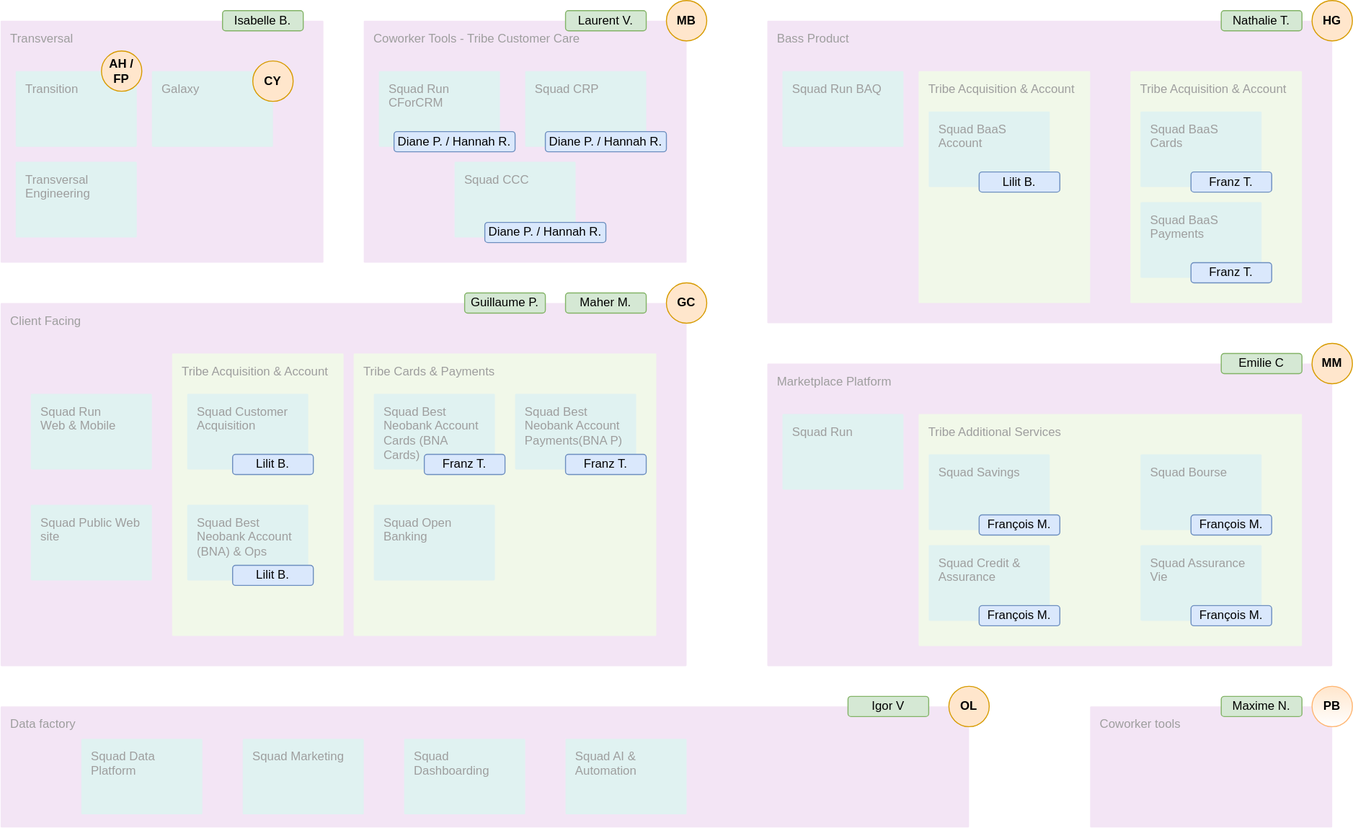
Before: orga_domains.drawio.svg, a diagram exported from draw.io (chaindatax/b4b). Source tidied: cells renumbered, new cells last; positions are measured from the earlier drawing's top-left corner, leaving out a move shared by most shapes.
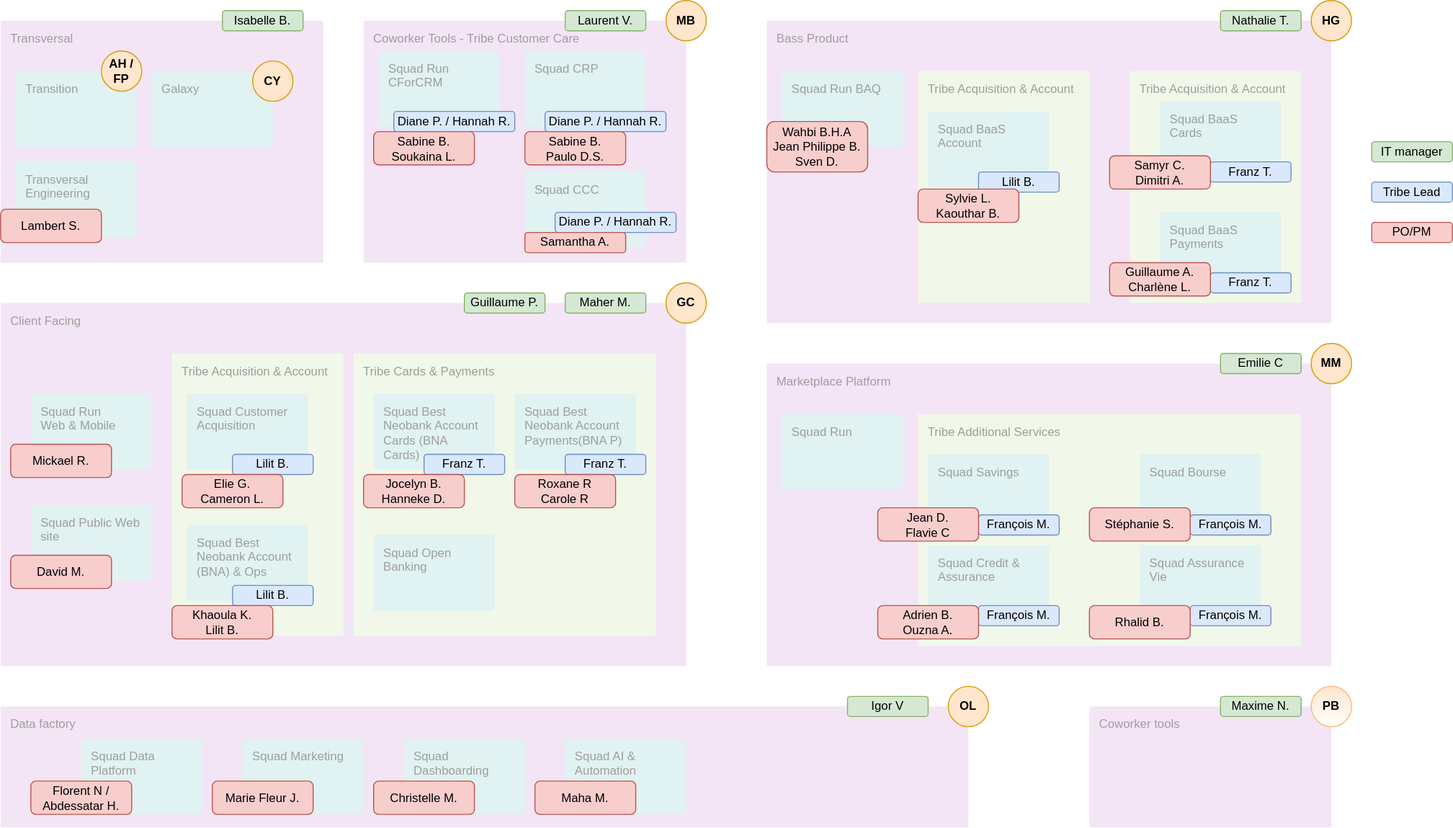
After the change.

Commit message:
Mettre à jour orga_domains.drawio.svg

Change to the diagram source:
```diff
@@ -27,7 +27,7 @@
       <mxGeometry x="185" y="390" width="120" height="75" as="geometry" />
     </mxCell>
     <mxCell id="10" value="Squad Best Neobank Account (BNA) &amp;amp; Ops" style="sketch=0;rounded=1;absoluteArcSize=1;arcSize=2;html=1;strokeColor=none;gradientColor=none;shadow=0;dashed=0;fontSize=12;fontColor=#9E9E9E;align=left;verticalAlign=top;spacing=10;spacingTop=-4;whiteSpace=wrap;fillColor=#E0F2F1;" parent="1" vertex="1">
-      <mxGeometry x="185" y="500" width="120" height="75" as="geometry" />
+      <mxGeometry x="185" y="520" width="120" height="75" as="geometry" />
     </mxCell>
     <mxCell id="11" value="Squad Best Neobank Account Cards (BNA Cards)" style="sketch=0;rounded=1;absoluteArcSize=1;arcSize=2;html=1;strokeColor=none;gradientColor=none;shadow=0;dashed=0;fontSize=12;fontColor=#9E9E9E;align=left;verticalAlign=top;spacing=10;spacingTop=-4;whiteSpace=wrap;fillColor=#E0F2F1;" parent="1" vertex="1">
       <mxGeometry x="370" y="390" width="120" height="75" as="geometry" />
@@ -36,7 +36,7 @@
       <mxGeometry x="510" y="390" width="120" height="75" as="geometry" />
     </mxCell>
     <mxCell id="13" value="Squad Open Banking" style="sketch=0;rounded=1;absoluteArcSize=1;arcSize=2;html=1;strokeColor=none;gradientColor=none;shadow=0;dashed=0;fontSize=12;fontColor=#9E9E9E;align=left;verticalAlign=top;spacing=10;spacingTop=-4;whiteSpace=wrap;fillColor=#E0F2F1;" parent="1" vertex="1">
-      <mxGeometry x="370" y="500" width="120" height="75" as="geometry" />
+      <mxGeometry x="370" y="530" width="120" height="75" as="geometry" />
     </mxCell>
     <mxCell id="14" value="Squad Run &lt;br&gt;Web &amp;amp; Mobile" style="sketch=0;rounded=1;absoluteArcSize=1;arcSize=2;html=1;strokeColor=none;gradientColor=none;shadow=0;dashed=0;fontSize=12;fontColor=#9E9E9E;align=left;verticalAlign=top;spacing=10;spacingTop=-4;whiteSpace=wrap;fillColor=#E0F2F1;" parent="1" vertex="1">
       <mxGeometry x="30" y="390" width="120" height="75" as="geometry" />
@@ -48,13 +48,13 @@
       <mxGeometry x="360" y="20" width="320" height="240" as="geometry" />
     </mxCell>
     <mxCell id="17" value="Squad Run CForCRM" style="sketch=0;rounded=1;absoluteArcSize=1;arcSize=2;html=1;strokeColor=none;gradientColor=none;shadow=0;dashed=0;fontSize=12;fontColor=#9E9E9E;align=left;verticalAlign=top;spacing=10;spacingTop=-4;whiteSpace=wrap;fillColor=#E0F2F1;" parent="1" vertex="1">
-      <mxGeometry x="375" y="70" width="120" height="75" as="geometry" />
+      <mxGeometry x="375" y="50" width="120" height="75" as="geometry" />
     </mxCell>
     <mxCell id="18" value="Squad CRP" style="sketch=0;rounded=1;absoluteArcSize=1;arcSize=2;html=1;strokeColor=none;gradientColor=none;shadow=0;dashed=0;fontSize=12;fontColor=#9E9E9E;align=left;verticalAlign=top;spacing=10;spacingTop=-4;whiteSpace=wrap;fillColor=#E0F2F1;" parent="1" vertex="1">
-      <mxGeometry x="520" y="70" width="120" height="75" as="geometry" />
+      <mxGeometry x="520" y="50" width="120" height="75" as="geometry" />
     </mxCell>
     <mxCell id="19" value="Squad CCC" style="sketch=0;rounded=1;absoluteArcSize=1;arcSize=2;html=1;strokeColor=none;gradientColor=none;shadow=0;dashed=0;fontSize=12;fontColor=#9E9E9E;align=left;verticalAlign=top;spacing=10;spacingTop=-4;whiteSpace=wrap;fillColor=#E0F2F1;" parent="1" vertex="1">
-      <mxGeometry x="450" y="160" width="120" height="75" as="geometry" />
+      <mxGeometry x="520" y="170" width="120" height="75" as="geometry" />
     </mxCell>
     <mxCell id="20" value="Bass Product" style="sketch=0;rounded=1;absoluteArcSize=1;arcSize=2;html=1;strokeColor=none;gradientColor=none;shadow=0;dashed=0;fontSize=12;fontColor=#9E9E9E;align=left;verticalAlign=top;spacing=10;spacingTop=-4;whiteSpace=wrap;fillColor=#F3E5F5;" parent="1" vertex="1">
       <mxGeometry x="760" y="20" width="560" height="300" as="geometry" />
@@ -72,10 +72,10 @@
       <mxGeometry x="1120" y="70" width="170" height="230" as="geometry" />
     </mxCell>
     <mxCell id="25" value="Squad BaaS Cards" style="sketch=0;rounded=1;absoluteArcSize=1;arcSize=2;html=1;strokeColor=none;gradientColor=none;shadow=0;dashed=0;fontSize=12;fontColor=#9E9E9E;align=left;verticalAlign=top;spacing=10;spacingTop=-4;whiteSpace=wrap;fillColor=#E0F2F1;" parent="1" vertex="1">
-      <mxGeometry x="1130" y="110" width="120" height="75" as="geometry" />
+      <mxGeometry x="1150" y="100" width="120" height="75" as="geometry" />
     </mxCell>
     <mxCell id="26" value="Squad BaaS Payments" style="sketch=0;rounded=1;absoluteArcSize=1;arcSize=2;html=1;strokeColor=none;gradientColor=none;shadow=0;dashed=0;fontSize=12;fontColor=#9E9E9E;align=left;verticalAlign=top;spacing=10;spacingTop=-4;whiteSpace=wrap;fillColor=#E0F2F1;" parent="1" vertex="1">
-      <mxGeometry x="1130" y="200" width="120" height="75" as="geometry" />
+      <mxGeometry x="1150" y="210" width="120" height="75" as="geometry" />
     </mxCell>
     <mxCell id="27" value="Marketplace Platform" style="sketch=0;rounded=1;absoluteArcSize=1;arcSize=2;html=1;strokeColor=none;gradientColor=none;shadow=0;dashed=0;fontSize=12;fontColor=#9E9E9E;align=left;verticalAlign=top;spacing=10;spacingTop=-4;whiteSpace=wrap;fillColor=#F3E5F5;" parent="1" vertex="1">
       <mxGeometry x="760" y="360" width="560" height="300" as="geometry" />
@@ -146,7 +146,7 @@
       <mxGeometry x="230" y="450" width="80" height="20" as="geometry" />
     </mxCell>
     <mxCell id="51" value="Lilit B." style="rounded=1;whiteSpace=wrap;html=1;fillColor=#dae8fc;strokeColor=#6c8ebf;" parent="49" vertex="1">
-      <mxGeometry x="230" y="560" width="80" height="20" as="geometry" />
+      <mxGeometry x="230" y="580" width="80" height="20" as="geometry" />
     </mxCell>
     <mxCell id="52" value="Franz T." style="rounded=1;whiteSpace=wrap;html=1;fillColor=#dae8fc;strokeColor=#6c8ebf;" parent="49" vertex="1">
       <mxGeometry x="420" y="450" width="80" height="20" as="geometry" />
@@ -155,22 +155,22 @@
       <mxGeometry x="560" y="450" width="80" height="20" as="geometry" />
     </mxCell>
     <mxCell id="54" value="Diane P. / Hannah R." style="rounded=1;whiteSpace=wrap;html=1;fillColor=#dae8fc;strokeColor=#6c8ebf;" parent="49" vertex="1">
-      <mxGeometry x="390" y="130" width="120" height="20" as="geometry" />
+      <mxGeometry x="390" y="110" width="120" height="20" as="geometry" />
     </mxCell>
     <mxCell id="55" value="Diane P. / Hannah R." style="rounded=1;whiteSpace=wrap;html=1;fillColor=#dae8fc;strokeColor=#6c8ebf;" parent="49" vertex="1">
-      <mxGeometry x="540" y="130" width="120" height="20" as="geometry" />
+      <mxGeometry x="540" y="110" width="120" height="20" as="geometry" />
     </mxCell>
     <mxCell id="56" value="Diane P. / Hannah R." style="rounded=1;whiteSpace=wrap;html=1;fillColor=#dae8fc;strokeColor=#6c8ebf;" parent="49" vertex="1">
-      <mxGeometry x="480" y="220" width="120" height="20" as="geometry" />
+      <mxGeometry x="550" y="210" width="120" height="20" as="geometry" />
     </mxCell>
     <mxCell id="57" value="Lilit B." style="rounded=1;whiteSpace=wrap;html=1;fillColor=#dae8fc;strokeColor=#6c8ebf;" parent="49" vertex="1">
       <mxGeometry x="970" y="170" width="80" height="20" as="geometry" />
     </mxCell>
     <mxCell id="58" value="Franz T." style="rounded=1;whiteSpace=wrap;html=1;fillColor=#dae8fc;strokeColor=#6c8ebf;" parent="49" vertex="1">
-      <mxGeometry x="1180" y="170" width="80" height="20" as="geometry" />
+      <mxGeometry x="1200" y="160" width="80" height="20" as="geometry" />
     </mxCell>
     <mxCell id="59" value="Franz T." style="rounded=1;whiteSpace=wrap;html=1;fillColor=#dae8fc;strokeColor=#6c8ebf;" parent="49" vertex="1">
-      <mxGeometry x="1180" y="260" width="80" height="20" as="geometry" />
+      <mxGeometry x="1200" y="270" width="80" height="20" as="geometry" />
     </mxCell>
     <mxCell id="60" value="François M." style="rounded=1;whiteSpace=wrap;html=1;fillColor=#dae8fc;strokeColor=#6c8ebf;" parent="49" vertex="1">
       <mxGeometry x="970" y="510" width="80" height="20" as="geometry" />
@@ -184,6 +184,9 @@
     <mxCell id="63" value="François M." style="rounded=1;whiteSpace=wrap;html=1;fillColor=#dae8fc;strokeColor=#6c8ebf;" parent="49" vertex="1">
       <mxGeometry x="1180" y="600" width="80" height="20" as="geometry" />
     </mxCell>
+    <mxCell id="73" value="Tribe Lead" style="rounded=1;whiteSpace=wrap;html=1;fillColor=#dae8fc;strokeColor=#6c8ebf;" parent="49" vertex="1">
+      <mxGeometry x="1360" y="180" width="80" height="20" as="geometry" />
+    </mxCell>
     <mxCell id="64" value="IT manager" parent="0" />
     <mxCell id="65" value="Emilie C" style="rounded=1;whiteSpace=wrap;html=1;fillColor=#d5e8d4;strokeColor=#82b366;" parent="64" vertex="1">
       <mxGeometry x="1210" y="350" width="80" height="20" as="geometry" />
@@ -209,5 +212,78 @@
     <mxCell id="72" value="Maxime N." style="rounded=1;whiteSpace=wrap;html=1;fillColor=#d5e8d4;strokeColor=#82b366;" parent="64" vertex="1">
       <mxGeometry x="1210" y="690" width="80" height="20" as="geometry" />
     </mxCell>
+    <mxCell id="74" value="IT manager" style="rounded=1;whiteSpace=wrap;html=1;fillColor=#d5e8d4;strokeColor=#82b366;" parent="64" vertex="1">
+      <mxGeometry x="1360" y="140" width="80" height="20" as="geometry" />
+    </mxCell>
+    <mxCell id="75" value="PO/PM" parent="0" />
+    <mxCell id="76" value="PO/PM" style="rounded=1;whiteSpace=wrap;html=1;fillColor=#f8cecc;strokeColor=#b85450;" parent="75" vertex="1">
+      <mxGeometry x="1360" y="220" width="80" height="20" as="geometry" />
+    </mxCell>
+    <mxCell id="77" value="Florent N / Abdessatar H." style="rounded=1;whiteSpace=wrap;html=1;fillColor=#f8cecc;strokeColor=#b85450;" parent="75" vertex="1">
+      <mxGeometry x="30" y="774" width="100" height="33" as="geometry" />
+    </mxCell>
+    <mxCell id="78" value="Marie Fleur J." style="rounded=1;whiteSpace=wrap;html=1;fillColor=#f8cecc;strokeColor=#b85450;" parent="75" vertex="1">
+      <mxGeometry x="210" y="774" width="100" height="33" as="geometry" />
+    </mxCell>
+    <mxCell id="79" value="Christelle M." style="rounded=1;whiteSpace=wrap;html=1;fillColor=#f8cecc;strokeColor=#b85450;" parent="75" vertex="1">
+      <mxGeometry x="370" y="774" width="100" height="33" as="geometry" />
+    </mxCell>
+    <mxCell id="80" value="Maha M." style="rounded=1;whiteSpace=wrap;html=1;fillColor=#f8cecc;strokeColor=#b85450;" parent="75" vertex="1">
+      <mxGeometry x="530" y="774" width="100" height="33" as="geometry" />
+    </mxCell>
+    <mxCell id="81" value="Lambert S." style="rounded=1;whiteSpace=wrap;html=1;fillColor=#f8cecc;strokeColor=#b85450;" parent="75" vertex="1">
+      <mxGeometry y="207" width="100" height="33" as="geometry" />
+    </mxCell>
+    <mxCell id="82" value="Mickael R." style="rounded=1;whiteSpace=wrap;html=1;fillColor=#f8cecc;strokeColor=#b85450;" parent="75" vertex="1">
+      <mxGeometry x="10" y="440" width="100" height="33" as="geometry" />
+    </mxCell>
+    <mxCell id="83" value="David M." style="rounded=1;whiteSpace=wrap;html=1;fillColor=#f8cecc;strokeColor=#b85450;" parent="75" vertex="1">
+      <mxGeometry x="10" y="550" width="100" height="33" as="geometry" />
+    </mxCell>
+    <mxCell id="84" value="Elie G.&lt;br&gt;Cameron L." style="rounded=1;whiteSpace=wrap;html=1;fillColor=#f8cecc;strokeColor=#b85450;" parent="75" vertex="1">
+      <mxGeometry x="180" y="470" width="100" height="33" as="geometry" />
+    </mxCell>
+    <mxCell id="85" value="Khaoula K.&lt;br&gt;Lilit B." style="rounded=1;whiteSpace=wrap;html=1;fillColor=#f8cecc;strokeColor=#b85450;" parent="75" vertex="1">
+      <mxGeometry x="170" y="600" width="100" height="33" as="geometry" />
+    </mxCell>
+    <mxCell id="86" value="Jocelyn B.&lt;br&gt;Hanneke D." style="rounded=1;whiteSpace=wrap;html=1;fillColor=#f8cecc;strokeColor=#b85450;" parent="75" vertex="1">
+      <mxGeometry x="360" y="470" width="100" height="33" as="geometry" />
+    </mxCell>
+    <mxCell id="87" value="Roxane R&lt;br&gt;Carole R" style="rounded=1;whiteSpace=wrap;html=1;fillColor=#f8cecc;strokeColor=#b85450;" parent="75" vertex="1">
+      <mxGeometry x="510" y="470" width="100" height="33" as="geometry" />
+    </mxCell>
+    <mxCell id="88" value="Sabine B.&lt;br&gt;Soukaina L." style="rounded=1;whiteSpace=wrap;html=1;fillColor=#f8cecc;strokeColor=#b85450;" parent="75" vertex="1">
+      <mxGeometry x="370" y="130" width="100" height="33" as="geometry" />
+    </mxCell>
+    <mxCell id="89" value="Sabine B.&lt;br&gt;Paulo D.S." style="rounded=1;whiteSpace=wrap;html=1;fillColor=#f8cecc;strokeColor=#b85450;" parent="75" vertex="1">
+      <mxGeometry x="520" y="130" width="100" height="33" as="geometry" />
+    </mxCell>
+    <mxCell id="90" value="Samantha A." style="rounded=1;whiteSpace=wrap;html=1;fillColor=#f8cecc;strokeColor=#b85450;" parent="75" vertex="1">
+      <mxGeometry x="520" y="230" width="100" height="20" as="geometry" />
+    </mxCell>
+    <mxCell id="91" value="Wahbi B.H.A&lt;br&gt;Jean Philippe B.&lt;br&gt;Sven D." style="rounded=1;whiteSpace=wrap;html=1;fillColor=#f8cecc;strokeColor=#b85450;" parent="75" vertex="1">
+      <mxGeometry x="760" y="120" width="100" height="50" as="geometry" />
+    </mxCell>
+    <mxCell id="92" value="Sylvie L.&lt;br&gt;Kaouthar B." style="rounded=1;whiteSpace=wrap;html=1;fillColor=#f8cecc;strokeColor=#b85450;" parent="75" vertex="1">
+      <mxGeometry x="910" y="187" width="100" height="33" as="geometry" />
+    </mxCell>
+    <mxCell id="93" value="Samyr C.&lt;br&gt;Dimitri A." style="rounded=1;whiteSpace=wrap;html=1;fillColor=#f8cecc;strokeColor=#b85450;" parent="75" vertex="1">
+      <mxGeometry x="1100" y="154" width="100" height="33" as="geometry" />
+    </mxCell>
+    <mxCell id="94" value="Guillaume A.&lt;br&gt;Charlène L." style="rounded=1;whiteSpace=wrap;html=1;fillColor=#f8cecc;strokeColor=#b85450;" parent="75" vertex="1">
+      <mxGeometry x="1100" y="260" width="100" height="33" as="geometry" />
+    </mxCell>
+    <mxCell id="95" value="Jean D.&lt;br&gt;Flavie C" style="rounded=1;whiteSpace=wrap;html=1;fillColor=#f8cecc;strokeColor=#b85450;" parent="75" vertex="1">
+      <mxGeometry x="870" y="503" width="100" height="33" as="geometry" />
+    </mxCell>
+    <mxCell id="96" value="Adrien B.&lt;br&gt;Ouzna A." style="rounded=1;whiteSpace=wrap;html=1;fillColor=#f8cecc;strokeColor=#b85450;" parent="75" vertex="1">
+      <mxGeometry x="870" y="600" width="100" height="33" as="geometry" />
+    </mxCell>
+    <mxCell id="97" value="Stéphanie S." style="rounded=1;whiteSpace=wrap;html=1;fillColor=#f8cecc;strokeColor=#b85450;" parent="75" vertex="1">
+      <mxGeometry x="1080" y="503" width="100" height="33" as="geometry" />
+    </mxCell>
+    <mxCell id="98" value="Rhalid B." style="rounded=1;whiteSpace=wrap;html=1;fillColor=#f8cecc;strokeColor=#b85450;" parent="75" vertex="1">
+      <mxGeometry x="1080" y="600" width="100" height="33" as="geometry" />
+    </mxCell>
   </root>
 </mxGraphModel>
```
